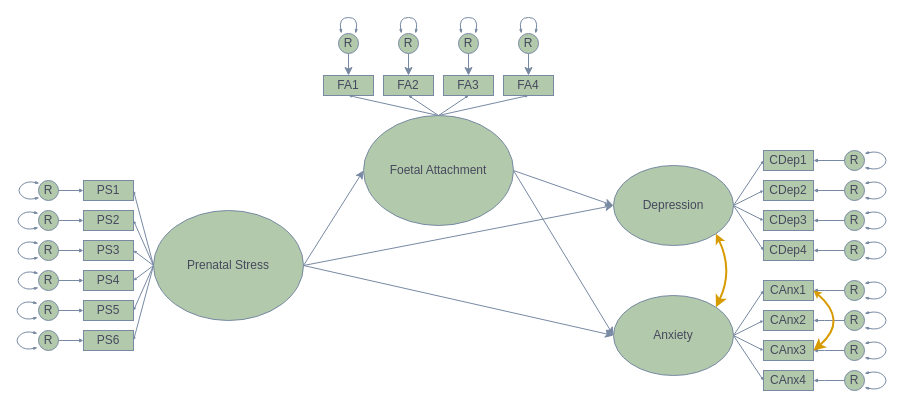
Above: SEM diagram.drawio in Lauderis/temp_use (draw.io), before the change. Source tidied: cells renumbered, new cells numbered last; positions are measured from the earlier drawing's top-left corner, leaving out a move shared by most shapes. Both pictures are drawn from the tidied source at 100%, with x=0, y=0 at pixel (14, 17).
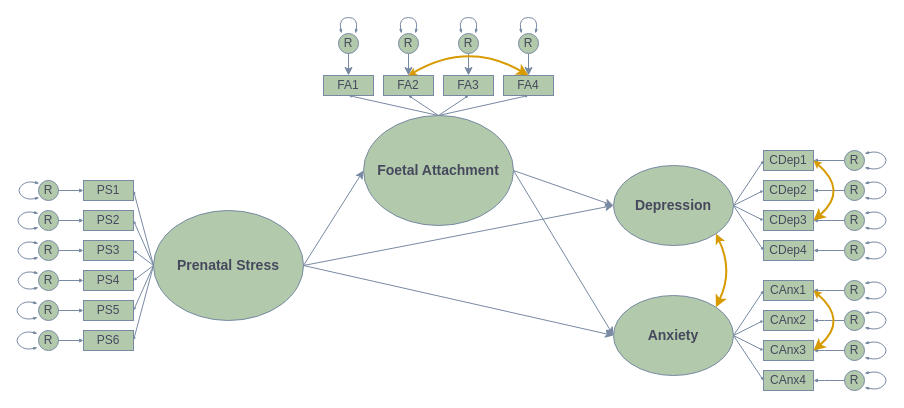
The same diagram, later.

The change refers to these unchanged cells:
```xml
<mxCell id="42" value="FA2" style="rounded=0;whiteSpace=wrap;html=1;labelBackgroundColor=none;fillColor=#B2C9AB;strokeColor=#788AA3;fontColor=#46495D;" parent="1" vertex="1">
  <mxGeometry x="369" y="58" width="50" height="20" as="geometry" />
</mxCell>
```

Change to the diagram source:
```diff
@@
-    <mxCell id="2" value="Prenatal Stress" style="ellipse;whiteSpace=wrap;html=1;labelBackgroundColor=none;fillColor=#B2C9AB;strokeColor=#788AA3;fontColor=#46495D;" parent="1" vertex="1">
+    <mxCell id="2" value="&lt;b&gt;&lt;font style=&quot;font-size: 14px;&quot;&gt;Prenatal Stress&lt;/font&gt;&lt;/b&gt;" style="ellipse;whiteSpace=wrap;html=1;labelBackgroundColor=none;fillColor=#B2C9AB;strokeColor=#788AA3;fontColor=#46495D;" parent="1" vertex="1">
       <mxGeometry x="139" y="193" width="150" height="110" as="geometry" />
     </mxCell>
-    <mxCell id="3" value="Foetal Attachment" style="ellipse;whiteSpace=wrap;html=1;labelBackgroundColor=none;fillColor=#B2C9AB;strokeColor=#788AA3;fontColor=#46495D;" parent="1" vertex="1">
+    <mxCell id="3" value="&lt;b&gt;&lt;font style=&quot;font-size: 14px;&quot;&gt;Foetal Attachment&lt;/font&gt;&lt;/b&gt;" style="ellipse;whiteSpace=wrap;html=1;labelBackgroundColor=none;fillColor=#B2C9AB;strokeColor=#788AA3;fontColor=#46495D;" parent="1" vertex="1">
       <mxGeometry x="349" y="98" width="150" height="110" as="geometry" />
     </mxCell>
-    <mxCell id="4" value="Depression" style="ellipse;whiteSpace=wrap;html=1;labelBackgroundColor=none;fillColor=#B2C9AB;strokeColor=#788AA3;fontColor=#46495D;" parent="1" vertex="1">
+    <mxCell id="4" value="&lt;b&gt;&lt;font style=&quot;font-size: 14px;&quot;&gt;Depression&lt;/font&gt;&lt;/b&gt;" style="ellipse;whiteSpace=wrap;html=1;labelBackgroundColor=none;fillColor=#B2C9AB;strokeColor=#788AA3;fontColor=#46495D;" parent="1" vertex="1">
       <mxGeometry x="599" y="148" width="120" height="80" as="geometry" />
     </mxCell>
-    <mxCell id="5" value="Anxiety" style="ellipse;whiteSpace=wrap;html=1;labelBackgroundColor=none;fillColor=#B2C9AB;strokeColor=#788AA3;fontColor=#46495D;" parent="1" vertex="1">
+    <mxCell id="5" value="&lt;b&gt;&lt;font style=&quot;font-size: 14px;&quot;&gt;Anxiety&lt;/font&gt;&lt;/b&gt;" style="ellipse;whiteSpace=wrap;html=1;labelBackgroundColor=none;fillColor=#B2C9AB;strokeColor=#788AA3;fontColor=#46495D;" parent="1" vertex="1">
       <mxGeometry x="599" y="278" width="120" height="80" as="geometry" />
     </mxCell>
@@
+    <mxCell id="103" style="endArrow=classic;startArrow=classic;html=1;strokeColor=#d79b00;fontColor=#46495D;fillColor=#ffe6cc;curved=1;endSize=2;entryX=1;entryY=0.5;entryDx=0;entryDy=0;exitX=1;exitY=0.5;exitDx=0;exitDy=0;strokeWidth=2;" parent="1" edge="1">
+      <mxGeometry relative="1" as="geometry">
+        <mxPoint x="799" y="203" as="sourcePoint" />
+        <mxPoint x="799" y="143" as="targetPoint" />
+        <Array as="points">
+          <mxPoint x="834" y="173" />
+        </Array>
+      </mxGeometry>
+    </mxCell>
+    <mxCell id="104" style="endArrow=classic;startArrow=classic;html=1;strokeColor=#d79b00;fontColor=#46495D;fillColor=#ffe6cc;curved=1;endSize=2;entryX=0.5;entryY=0;entryDx=0;entryDy=0;exitX=1;exitY=0.5;exitDx=0;exitDy=0;strokeWidth=2;" parent="1" edge="1" target="42">
+      <mxGeometry relative="1" as="geometry">
+        <mxPoint x="514" y="58" as="sourcePoint" />
+        <Array as="points">
+          <mxPoint x="454" y="23" />
+        </Array>
+      </mxGeometry>
+    </mxCell>
```
